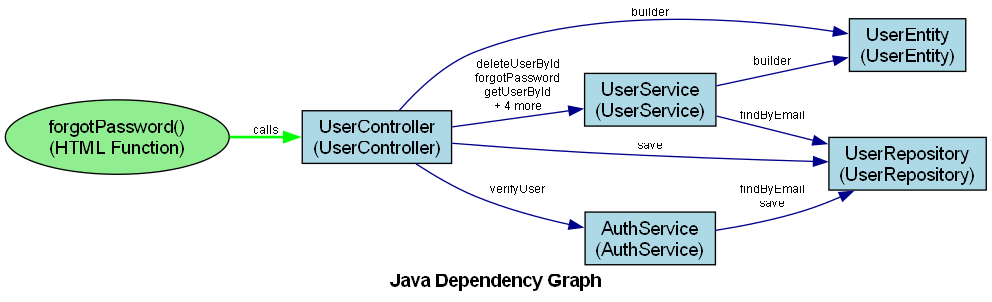
Earlier version of the Graphviz export dependencies.png (tudao164/DependGraphForJava2). Its source is kept beside it as dependencies.dot.
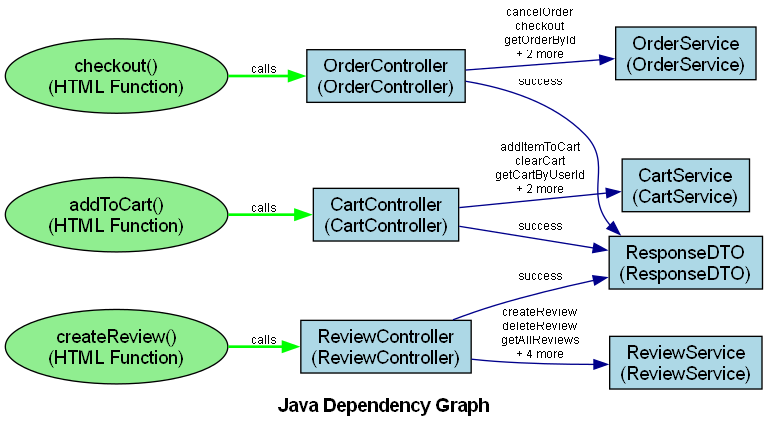
The same file after the commit.

Change to the diagram source:
```diff
@@ -4,20 +4,25 @@
     edge [fontname="Arial", fontsize=9, color=darkblue];
     graph [fontname="Arial Bold", fontsize=14, label="Java Dependency Graph"];
 
-    "UserService" [label="UserService\n(UserService)", URL="javascript:showNodeInfo('UserService')", fillcolor="lightblue"];
-    "UserController" [label="UserController\n(UserController)", URL="javascript:showNodeInfo('UserController')", fillcolor="lightblue"];
-    "UserEntity" [label="UserEntity\n(UserEntity)", URL="javascript:showNodeInfo('UserEntity')", fillcolor="lightblue"];
-    "AuthService" [label="AuthService\n(AuthService)", URL="javascript:showNodeInfo('AuthService')", fillcolor="lightblue"];
-    "UserRepository" [label="UserRepository\n(UserRepository)", URL="javascript:showNodeInfo('UserRepository')", fillcolor="lightblue"];
+    "ResponseDTO" [label="ResponseDTO\n(ResponseDTO)", URL="javascript:showNodeInfo('ResponseDTO')", fillcolor="lightblue"];
+    "CartController" [label="CartController\n(CartController)", URL="javascript:showNodeInfo('CartController')", fillcolor="lightblue"];
+    "CartService" [label="CartService\n(CartService)", URL="javascript:showNodeInfo('CartService')", fillcolor="lightblue"];
+    "OrderController" [label="OrderController\n(OrderController)", URL="javascript:showNodeInfo('OrderController')", fillcolor="lightblue"];
+    "ReviewService" [label="ReviewService\n(ReviewService)", URL="javascript:showNodeInfo('ReviewService')", fillcolor="lightblue"];
+    "OrderService" [label="OrderService\n(OrderService)", URL="javascript:showNodeInfo('OrderService')", fillcolor="lightblue"];
+    "ReviewController" [label="ReviewController\n(ReviewController)", URL="javascript:showNodeInfo('ReviewController')", fillcolor="lightblue"];
 
-    "UserController" -> "UserEntity" [label="builder", URL="javascript:showEdgeInfo('UserController', 'UserEntity')"];
-    "UserController" -> "UserRepository" [label="save", URL="javascript:showEdgeInfo('UserController', 'UserRepository')"];
-    "UserController" -> "UserService" [label="deleteUserById\nforgotPassword\ngetUserById\n+ 4 more", URL="javascript:showEdgeInfo('UserController', 'UserService')"];
-    "UserController" -> "AuthService" [label="verifyUser", URL="javascript:showEdgeInfo('UserController', 'AuthService')"];
-    "AuthService" -> "UserRepository" [label="findByEmail\nsave", URL="javascript:showEdgeInfo('AuthService', 'UserRepository')"];
-    "UserService" -> "UserEntity" [label="builder", URL="javascript:showEdgeInfo('UserService', 'UserEntity')"];
-    "UserService" -> "UserRepository" [label="findByEmail", URL="javascript:showEdgeInfo('UserService', 'UserRepository')"];
+    "CartController" -> "ResponseDTO" [label="success", URL="javascript:showEdgeInfo('CartController', 'ResponseDTO')"];
+    "CartController" -> "CartService" [label="addItemToCart\nclearCart\ngetCartByUserId\n+ 2 more", URL="javascript:showEdgeInfo('CartController', 'CartService')"];
+    "OrderController" -> "ResponseDTO" [label="success", URL="javascript:showEdgeInfo('OrderController', 'ResponseDTO')"];
+    "OrderController" -> "OrderService" [label="cancelOrder\ncheckout\ngetOrderById\n+ 2 more", URL="javascript:showEdgeInfo('OrderController', 'OrderService')"];
+    "ReviewController" -> "ResponseDTO" [label="success", URL="javascript:showEdgeInfo('ReviewController', 'ResponseDTO')"];
+    "ReviewController" -> "ReviewService" [label="createReview\ndeleteReview\ngetAllReviews\n+ 4 more", URL="javascript:showEdgeInfo('ReviewController', 'ReviewService')"];
 
-    "HTML_forgotPassword" [label="forgotPassword()\n(HTML Function)", URL="javascript:showNodeInfo('HTML_forgotPassword')", fillcolor="lightgreen", shape="ellipse"];
-    "HTML_forgotPassword" -> "UserController" [label="calls", URL="javascript:showEdgeInfo('HTML_forgotPassword', 'UserController')", color="green", style="bold"];
+    "HTML_addToCart" [label="addToCart()\n(HTML Function)", URL="javascript:showNodeInfo('HTML_addToCart')", fillcolor="lightgreen", shape="ellipse"];
+    "HTML_addToCart" -> "CartController" [label="calls", URL="javascript:showEdgeInfo('HTML_addToCart', 'CartController')", color="green", style="bold"];
+    "HTML_checkout" [label="checkout()\n(HTML Function)", URL="javascript:showNodeInfo('HTML_checkout')", fillcolor="lightgreen", shape="ellipse"];
+    "HTML_checkout" -> "OrderController" [label="calls", URL="javascript:showEdgeInfo('HTML_checkout', 'OrderController')", color="green", style="bold"];
+    "HTML_createReview" [label="createReview()\n(HTML Function)", URL="javascript:showNodeInfo('HTML_createReview')", fillcolor="lightgreen", shape="ellipse"];
+    "HTML_createReview" -> "ReviewController" [label="calls", URL="javascript:showEdgeInfo('HTML_createReview', 'ReviewController')", color="green", style="bold"];
 }
```
